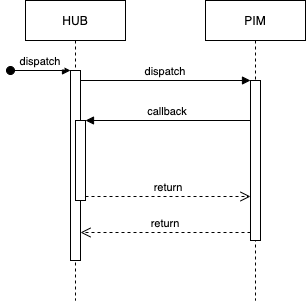
Before: Untitled Diagram.png, a diagram exported from draw.io (zq2020520/diagrams). Source tidied: cells renumbered, new cells last; positions are measured from the earlier drawing's top-left corner, leaving out a move shared by most shapes.
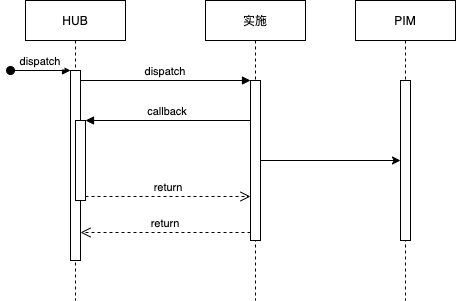
After the change.

What changed in the source:
```diff
@@ -16,7 +16,7 @@
     <mxCell id="5" style="points=[];perimeter=orthogonalPerimeter;rounded=0;shadow=0;strokeWidth=1;" parent="2" vertex="1">
       <mxGeometry x="50" y="120" width="10" height="80" as="geometry" />
     </mxCell>
-    <mxCell id="6" value="PIM" style="shape=umlLifeline;perimeter=lifelinePerimeter;rounded=0;shadow=0;strokeWidth=1;" parent="1" vertex="1">
+    <mxCell id="6" value="实施" style="shape=umlLifeline;perimeter=lifelinePerimeter;rounded=0;shadow=0;strokeWidth=1;" parent="1" vertex="1">
       <mxGeometry x="195" width="100" height="300" as="geometry" />
     </mxCell>
     <mxCell id="7" style="points=[];perimeter=orthogonalPerimeter;rounded=0;shadow=0;strokeWidth=1;" parent="6" vertex="1">
@@ -34,5 +34,14 @@
     <mxCell id="11" value="return" style="verticalAlign=bottom;endArrow=open;dashed=1;endSize=8;exitX=1;exitY=0.95;shadow=0;strokeWidth=1;" parent="1" edge="1" source="5" target="7">
       <mxGeometry relative="1" as="geometry" />
     </mxCell>
+    <mxCell id="12" value="PIM" style="shape=umlLifeline;perimeter=lifelinePerimeter;rounded=0;shadow=0;strokeWidth=1;" parent="1" vertex="1">
+      <mxGeometry x="345" width="100" height="300" as="geometry" />
+    </mxCell>
+    <mxCell id="13" style="points=[];perimeter=orthogonalPerimeter;rounded=0;shadow=0;strokeWidth=1;" parent="12" vertex="1">
+      <mxGeometry x="45" y="80" width="10" height="160" as="geometry" />
+    </mxCell>
+    <mxCell id="14" style="edgeStyle=orthogonalEdgeStyle;rounded=0;jettySize=auto;html=1;" parent="1" edge="1" source="7" target="13">
+      <mxGeometry relative="1" as="geometry" />
+    </mxCell>
   </root>
 </mxGraphModel>
```
